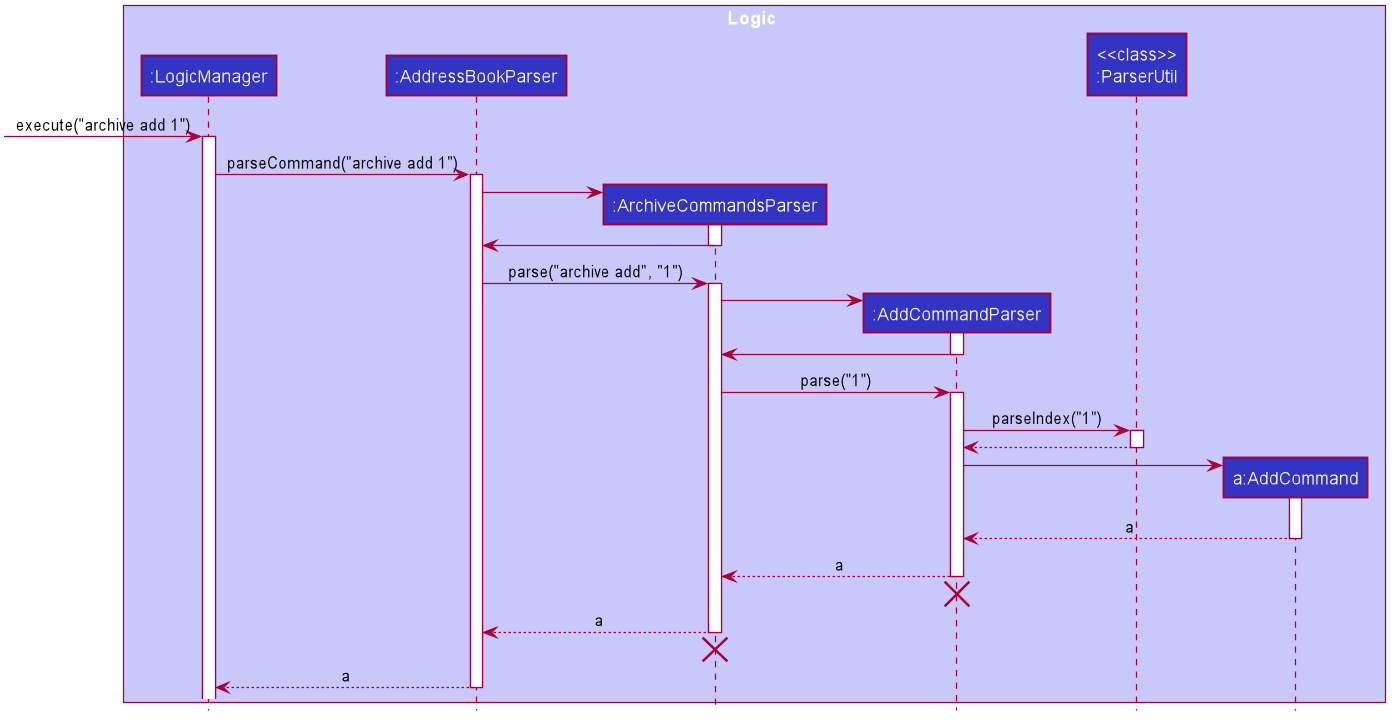
Earlier version of the PlantUML export docs/images/ArchiveAddSequenceDiagram.png (sebastiantoh/tp).
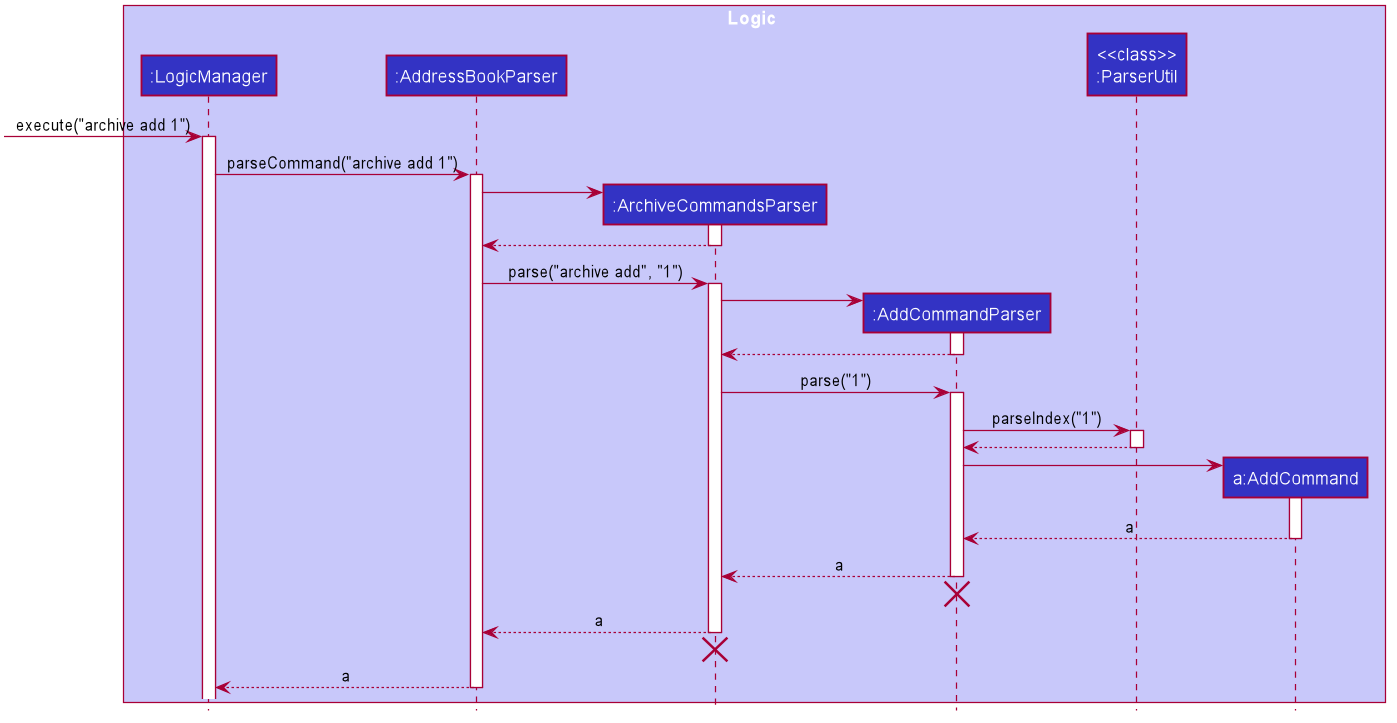
The same diagram one commit later.

Commit message:
Fix archive add sequence diagram

The edit, as a diff of the source:
```diff
@@ -69,7 +69,7 @@
 AddressBookParser -> ArchiveCommandsParser
 activate ArchiveCommandsParser
 
-ArchiveCommandsParser -> AddressBookParser
+ArchiveCommandsParser --> AddressBookParser
 deactivate ArchiveCommandsParser
 
 AddressBookParser -> ArchiveCommandsParser : parse("archive add", "1")
@@ -79,7 +79,7 @@
 ArchiveCommandsParser -> AddCommandParser
 activate AddCommandParser
 
-AddCommandParser -> ArchiveCommandsParser
+AddCommandParser --> ArchiveCommandsParser
 deactivate AddCommandParser
 
 ArchiveCommandsParser -> AddCommandParser : parse("1")
```
